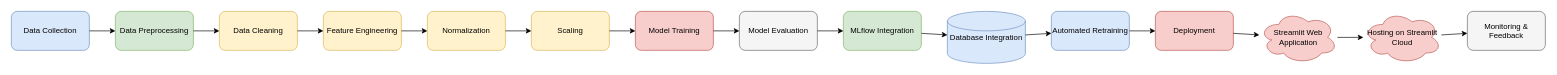
Earlier version of the draw.io diagram resources/pipeline.drawio (ahmedtarek26/MissedMatch). Source tidied: cells renumbered, new cells numbered last; positions are measured from the earlier drawing's top-left corner, leaving out a move shared by most shapes. Both pictures are drawn from the tidied source at 65%, with x=0, y=0 at pixel (11, 11).
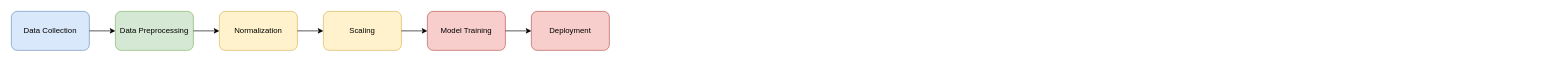
The same diagram, later.

Unchanged cells that the change refers to:
```xml
<mxCell id="2" value="Data Collection" style="rounded=1;whiteSpace=wrap;html=1;fillColor=#dae8fc;strokeColor=#6c8ebf;" parent="1" vertex="1">
  <mxGeometry width="120" height="60" as="geometry" />
</mxCell>
<mxCell id="3" value="Data Preprocessing" style="rounded=1;whiteSpace=wrap;html=1;fillColor=#d5e8d4;strokeColor=#82b366;" parent="1" vertex="1">
  <mxGeometry x="160" width="120" height="60" as="geometry" />
</mxCell>
```

What changed in the source:
```diff
@@
-    <mxCell id="4" value="Data Cleaning" style="rounded=1;whiteSpace=wrap;html=1;fillColor=#fff2cc;strokeColor=#d6b656;" parent="1" vertex="1">
+    <mxCell id="4" value="Normalization" style="rounded=1;whiteSpace=wrap;html=1;fillColor=#fff2cc;strokeColor=#d6b656;" parent="1" vertex="1">
       <mxGeometry x="320" width="120" height="60" as="geometry" />
     </mxCell>
-    <mxCell id="5" value="Feature Engineering" style="rounded=1;whiteSpace=wrap;html=1;fillColor=#fff2cc;strokeColor=#d6b656;" parent="1" vertex="1">
+    <mxCell id="5" value="Scaling" style="rounded=1;whiteSpace=wrap;html=1;fillColor=#fff2cc;strokeColor=#d6b656;" parent="1" vertex="1">
       <mxGeometry x="480" width="120" height="60" as="geometry" />
     </mxCell>
-    <mxCell id="6" value="Normalization" style="rounded=1;whiteSpace=wrap;html=1;fillColor=#fff2cc;strokeColor=#d6b656;" parent="1" vertex="1">
+    <mxCell id="6" value="Model Training" style="rounded=1;whiteSpace=wrap;html=1;fillColor=#f8cecc;strokeColor=#b85450;" parent="1" vertex="1">
       <mxGeometry x="640" width="120" height="60" as="geometry" />
     </mxCell>
-    <mxCell id="7" value="Scaling" style="rounded=1;whiteSpace=wrap;html=1;fillColor=#fff2cc;strokeColor=#d6b656;" parent="1" vertex="1">
+    <mxCell id="7" value="Deployment" style="rounded=1;whiteSpace=wrap;html=1;fillColor=#f8cecc;strokeColor=#b85450;" parent="1" vertex="1">
       <mxGeometry x="800" width="120" height="60" as="geometry" />
     </mxCell>
-    <mxCell id="8" value="Model Training" style="rounded=1;whiteSpace=wrap;html=1;fillColor=#f8cecc;strokeColor=#b85450;" parent="1" vertex="1">
-      <mxGeometry x="960" width="120" height="60" as="geometry" />
+    <mxCell id="8" style="endArrow=classic;html=1;" parent="1" edge="1" source="2" target="3">
+      <mxGeometry relative="1" as="geometry" />
     </mxCell>
-    <mxCell id="9" value="Model Evaluation" style="rounded=1;whiteSpace=wrap;html=1;fillColor=#f5f5f5;strokeColor=#666666;" parent="1" vertex="1">
-      <mxGeometry x="1120" width="120" height="60" as="geometry" />
+    <mxCell id="9" style="endArrow=classic;html=1;" parent="1" edge="1" source="3" target="4">
+      <mxGeometry relative="1" as="geometry" />
     </mxCell>
-    <mxCell id="10" value="MLflow Integration" style="rounded=1;whiteSpace=wrap;html=1;fillColor=#d5e8d4;strokeColor=#82b366;" parent="1" vertex="1">
-      <mxGeometry x="1280" width="120" height="60" as="geometry" />
+    <mxCell id="10" style="endArrow=classic;html=1;" parent="1" edge="1" source="4" target="5">
+      <mxGeometry relative="1" as="geometry" />
     </mxCell>
-    <mxCell id="11" value="Database Integration" style="shape=cylinder3;whiteSpace=wrap;html=1;fillColor=#dae8fc;strokeColor=#6c8ebf;" parent="1" vertex="1">
-      <mxGeometry x="1440" width="120" height="80" as="geometry" />
+    <mxCell id="11" style="endArrow=classic;html=1;" parent="1" edge="1" source="5" target="6">
+      <mxGeometry relative="1" as="geometry" />
     </mxCell>
-    <mxCell id="12" value="Automated Retraining" style="rounded=1;whiteSpace=wrap;html=1;fillColor=#dae8fc;strokeColor=#6c8ebf;" parent="1" vertex="1">
-      <mxGeometry x="1600" width="120" height="60" as="geometry" />
+    <mxCell id="12" style="endArrow=classic;html=1;" parent="1" edge="1" source="6" target="7">
+      <mxGeometry relative="1" as="geometry" />
     </mxCell>
-    <mxCell id="13" value="Deployment" style="rounded=1;whiteSpace=wrap;html=1;fillColor=#f8cecc;strokeColor=#b85450;" parent="1" vertex="1">
-      <mxGeometry x="1760" width="120" height="60" as="geometry" />
-    </mxCell>
-    <mxCell id="14" value="Streamlit Web Application" style="shape=cloud;whiteSpace=wrap;html=1;fillColor=#f8cecc;strokeColor=#b85450;" parent="1" vertex="1">
-      <mxGeometry x="1920" width="120" height="80" as="geometry" />
-    </mxCell>
-    <mxCell id="15" value="Hosting on Streamlit Cloud" style="shape=cloud;whiteSpace=wrap;html=1;fillColor=#f8cecc;strokeColor=#b85450;" parent="1" vertex="1">
-      <mxGeometry x="2080" width="120" height="80" as="geometry" />
-    </mxCell>
-    <mxCell id="16" value="Monitoring &amp; Feedback" style="rounded=1;whiteSpace=wrap;html=1;fillColor=#f5f5f5;strokeColor=#666666;" parent="1" vertex="1">
-      <mxGeometry x="2240" width="120" height="60" as="geometry" />
-    </mxCell>
-    <mxCell id="17" style="endArrow=classic;html=1;" parent="1" edge="1" source="2" target="3">
-      <mxGeometry relative="1" as="geometry" />
-    </mxCell>
-    <mxCell id="18" style="endArrow=classic;html=1;" parent="1" edge="1" source="3" target="4">
-      <mxGeometry relative="1" as="geometry" />
-    </mxCell>
-    <mxCell id="19" style="endArrow=classic;html=1;" parent="1" edge="1" source="4" target="5">
-      <mxGeometry relative="1" as="geometry" />
-    </mxCell>
-    <mxCell id="20" style="endArrow=classic;html=1;" parent="1" edge="1" source="5" target="6">
-      <mxGeometry relative="1" as="geometry" />
-    </mxCell>
-    <mxCell id="21" style="endArrow=classic;html=1;" parent="1" edge="1" source="6" target="7">
-      <mxGeometry relative="1" as="geometry" />
-    </mxCell>
-    <mxCell id="22" style="endArrow=classic;html=1;" parent="1" edge="1" source="7" target="8">
-      <mxGeometry relative="1" as="geometry" />
-    </mxCell>
-    <mxCell id="23" style="endArrow=classic;html=1;" parent="1" edge="1" source="8" target="9">
-      <mxGeometry relative="1" as="geometry" />
-    </mxCell>
-    <mxCell id="24" style="endArrow=classic;html=1;" parent="1" edge="1" source="9" target="10">
-      <mxGeometry relative="1" as="geometry" />
-    </mxCell>
-    <mxCell id="25" style="endArrow=classic;html=1;" parent="1" edge="1" source="10" target="11">
-      <mxGeometry relative="1" as="geometry" />
-    </mxCell>
-    <mxCell id="26" style="endArrow=classic;html=1;" parent="1" edge="1" source="11" target="12">
-      <mxGeometry relative="1" as="geometry" />
-    </mxCell>
-    <mxCell id="27" style="endArrow=classic;html=1;" parent="1" edge="1" source="12" target="13">
-      <mxGeometry relative="1" as="geometry" />
-    </mxCell>
-    <mxCell id="28" style="endArrow=classic;html=1;" parent="1" edge="1" source="13" target="14">
-      <mxGeometry relative="1" as="geometry" />
-    </mxCell>
-    <mxCell id="29" style="endArrow=classic;html=1;" parent="1" edge="1" source="14" target="15">
-      <mxGeometry relative="1" as="geometry" />
-    </mxCell>
-    <mxCell id="30" style="endArrow=classic;html=1;" parent="1" edge="1" source="15" target="16">
-      <mxGeometry relative="1" as="geometry" />
-    </mxCell>
```
